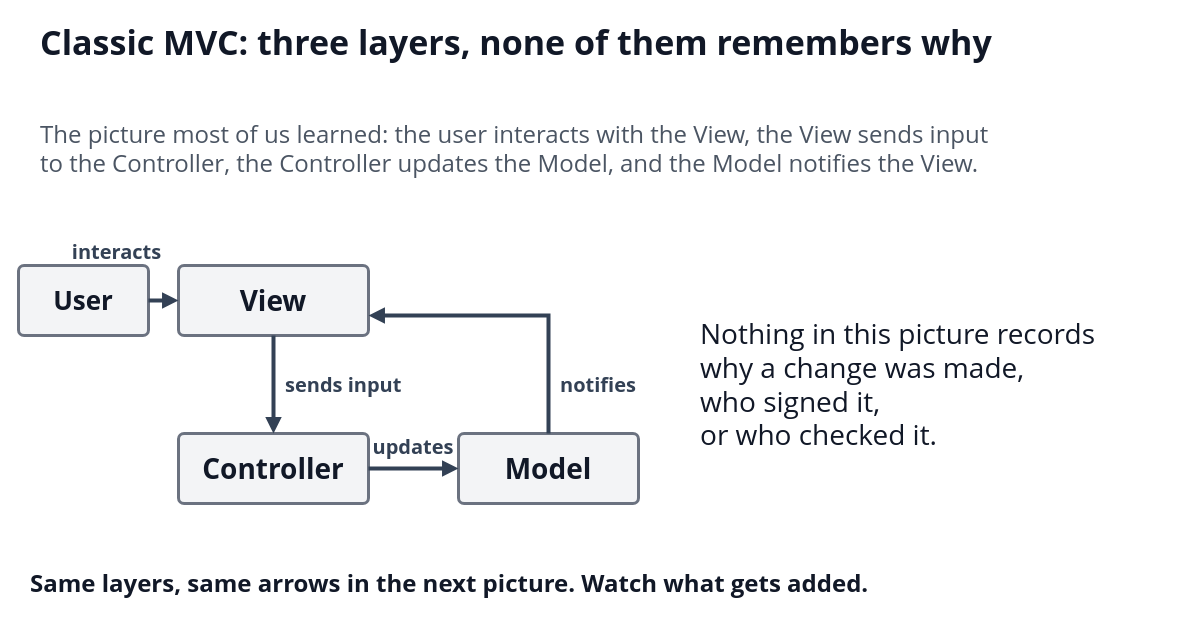
Above: diagrams/08a-mvc-classic.drawio in i-asimkhan/ledger-layer-pattern (draw.io), before the change. Source tidied: cells renumbered, new cells numbered last; positions are measured from the earlier drawing's top-left corner, leaving out a move shared by most shapes. Both pictures are drawn from the tidied source at 100%, with x=0, y=0 at pixel (18, 17).
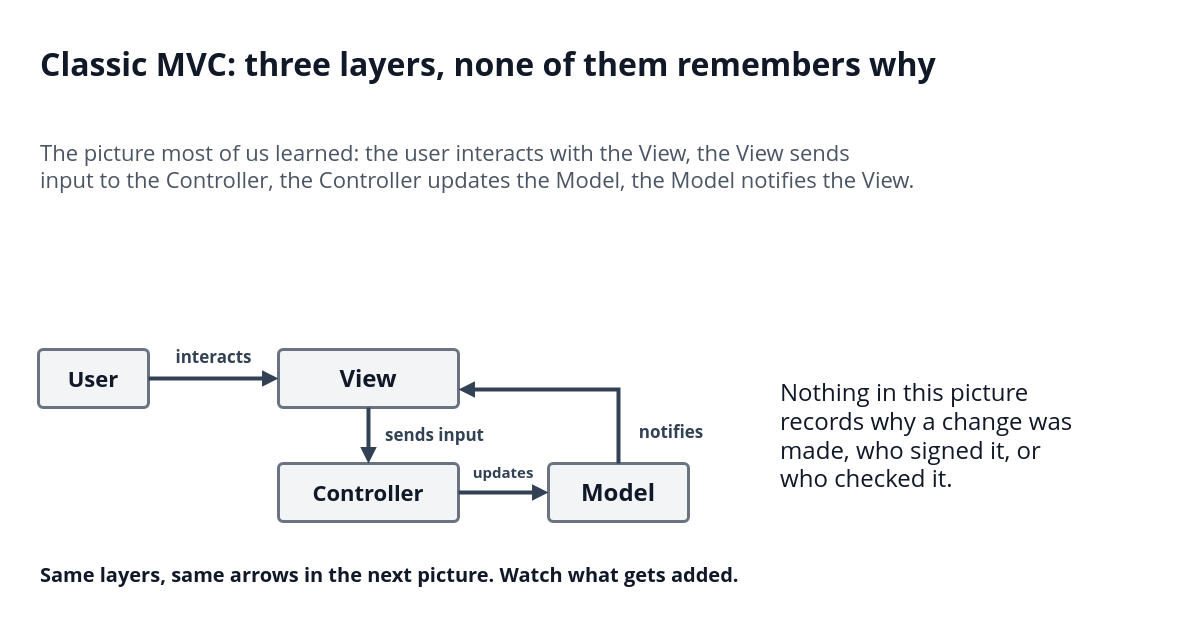
Above is the later version.

Diff of the diagram source:
```diff
@@
-    <mxCell id="2" value="Classic MVC: three layers, none of them remembers why" style="text;html=1;strokeColor=none;fillColor=none;whiteSpace=wrap;verticalAlign=middle;align=left;fontSize=34;fontColor=#111827;fontFamily=Segoe UI;fontStyle=1;" parent="1" vertex="1">
-      <mxGeometry x="20" width="1120" height="50" as="geometry" />
+    <mxCell id="2" value="Classic MVC: three layers, none of them remembers why" style="text;html=1;strokeColor=none;fillColor=none;whiteSpace=wrap;verticalAlign=middle;align=left;fontSize=32;fontColor=#111827;fontFamily=Segoe UI;fontStyle=1;" parent="1" vertex="1">
+      <mxGeometry x="20" y="26" width="1120" height="42" as="geometry" />
     </mxCell>
-    <mxCell id="3" value="The picture most of us learned: the user interacts with the View, the View sends input&lt;br&gt;to the Controller, the Controller updates the Model, and the Model notifies the View." style="text;html=1;strokeColor=none;fillColor=none;whiteSpace=wrap;verticalAlign=middle;align=left;fontSize=24;fontColor=#4B5563;fontFamily=Segoe UI;fontStyle=0;" parent="1" vertex="1">
-      <mxGeometry x="20" y="76" width="1120" height="110" as="geometry" />
+    <mxCell id="3" value="The picture most of us learned: the user interacts with the View, the View sends&lt;br&gt;input to the Controller, the Controller updates the Model, the Model notifies the View." style="text;html=1;strokeColor=none;fillColor=none;whiteSpace=wrap;verticalAlign=middle;align=left;fontSize=22;fontColor=#4B5563;fontFamily=Segoe UI;fontStyle=0;" parent="1" vertex="1">
+      <mxGeometry x="20" y="106" width="1120" height="84" as="geometry" />
     </mxCell>
-    <mxCell id="4" value="&lt;span style=&quot;font-size:26px&quot;&gt;&lt;b&gt;User&lt;/b&gt;&lt;/span&gt;" style="rounded=1;arcSize=8;whiteSpace=wrap;html=1;fillColor=#F3F4F6;strokeColor=#6B7280;fontColor=#111827;strokeWidth=3;align=center;verticalAlign=middle;fontSize=24;fontFamily=Segoe UI;" parent="1" vertex="1">
-      <mxGeometry y="248" width="130" height="70" as="geometry" />
+    <mxCell id="4" value="&lt;span style=&quot;font-size:22px&quot;&gt;&lt;b&gt;User&lt;/b&gt;&lt;/span&gt;" style="rounded=1;arcSize=8;whiteSpace=wrap;html=1;fillColor=#F3F4F6;strokeColor=#6B7280;fontColor=#111827;strokeWidth=3;align=center;verticalAlign=middle;fontSize=24;fontFamily=Segoe UI;spacing=14;" parent="1" vertex="1">
+      <mxGeometry x="20" y="332" width="110" height="58" as="geometry" />
     </mxCell>
-    <mxCell id="5" value="&lt;span style=&quot;font-size:28px&quot;&gt;&lt;b&gt;View&lt;/b&gt;&lt;/span&gt;" style="rounded=1;arcSize=8;whiteSpace=wrap;html=1;fillColor=#F3F4F6;strokeColor=#6B7280;fontColor=#111827;strokeWidth=3;align=center;verticalAlign=middle;fontSize=24;fontFamily=Segoe UI;" parent="1" vertex="1">
-      <mxGeometry x="160" y="248" width="190" height="70" as="geometry" />
+    <mxCell id="5" value="&lt;span style=&quot;font-size:24px&quot;&gt;&lt;b&gt;View&lt;/b&gt;&lt;/span&gt;" style="rounded=1;arcSize=8;whiteSpace=wrap;html=1;fillColor=#F3F4F6;strokeColor=#6B7280;fontColor=#111827;strokeWidth=3;align=center;verticalAlign=middle;fontSize=24;fontFamily=Segoe UI;spacing=14;" parent="1" vertex="1">
+      <mxGeometry x="260" y="332" width="180" height="58" as="geometry" />
     </mxCell>
-    <mxCell id="6" value="&lt;span style=&quot;font-size:28px&quot;&gt;&lt;b&gt;Controller&lt;/b&gt;&lt;/span&gt;" style="rounded=1;arcSize=8;whiteSpace=wrap;html=1;fillColor=#F3F4F6;strokeColor=#6B7280;fontColor=#111827;strokeWidth=3;align=center;verticalAlign=middle;fontSize=24;fontFamily=Segoe UI;" parent="1" vertex="1">
-      <mxGeometry x="160" y="416" width="190" height="70" as="geometry" />
+    <mxCell id="6" value="&lt;span style=&quot;font-size:22px&quot;&gt;&lt;b&gt;Controller&lt;/b&gt;&lt;/span&gt;" style="rounded=1;arcSize=8;whiteSpace=wrap;html=1;fillColor=#F3F4F6;strokeColor=#6B7280;fontColor=#111827;strokeWidth=3;align=center;verticalAlign=middle;fontSize=24;fontFamily=Segoe UI;spacing=14;" parent="1" vertex="1">
+      <mxGeometry x="260" y="446" width="180" height="58" as="geometry" />
     </mxCell>
-    <mxCell id="7" value="&lt;span style=&quot;font-size:28px&quot;&gt;&lt;b&gt;Model&lt;/b&gt;&lt;/span&gt;" style="rounded=1;arcSize=8;whiteSpace=wrap;html=1;fillColor=#F3F4F6;strokeColor=#6B7280;fontColor=#111827;strokeWidth=3;align=center;verticalAlign=middle;fontSize=24;fontFamily=Segoe UI;" parent="1" vertex="1">
-      <mxGeometry x="440" y="416" width="180" height="70" as="geometry" />
+    <mxCell id="7" value="&lt;span style=&quot;font-size:24px&quot;&gt;&lt;b&gt;Model&lt;/b&gt;&lt;/span&gt;" style="rounded=1;arcSize=8;whiteSpace=wrap;html=1;fillColor=#F3F4F6;strokeColor=#6B7280;fontColor=#111827;strokeWidth=3;align=center;verticalAlign=middle;fontSize=24;fontFamily=Segoe UI;spacing=14;" parent="1" vertex="1">
+      <mxGeometry x="530" y="446" width="140" height="58" as="geometry" />
     </mxCell>
     <mxCell id="8" style="endArrow=block;endFill=1;html=1;rounded=0;strokeColor=#334155;strokeWidth=4;" parent="1" edge="1">
       <mxGeometry relative="1" as="geometry">
-        <mxPoint x="130" y="283" as="sourcePoint" />
-        <mxPoint x="160" y="283" as="targetPoint" />
+        <mxPoint x="130" y="361" as="sourcePoint" />
+        <mxPoint x="260" y="361" as="targetPoint" />
       </mxGeometry>
     </mxCell>
-    <mxCell id="9" value="interacts" style="text;html=1;strokeColor=none;fillColor=none;whiteSpace=wrap;verticalAlign=middle;align=center;fontSize=20;fontColor=#334155;fontFamily=Segoe UI;fontStyle=1;" parent="1" vertex="1">
-      <mxGeometry x="43.5" y="220" width="109" height="28" as="geometry" />
+    <mxCell id="9" value="interacts" style="text;html=1;strokeColor=none;fillColor=none;whiteSpace=wrap;verticalAlign=middle;labelBackgroundColor=#FFFFFF;align=center;fontSize=17;fontColor=#334155;fontFamily=Segoe UI;fontStyle=1;" parent="1" vertex="1">
+      <mxGeometry x="149.5" y="327" width="91" height="26" as="geometry" />
     </mxCell>
     <mxCell id="10" style="endArrow=block;endFill=1;html=1;rounded=0;strokeColor=#334155;strokeWidth=4;" parent="1" edge="1">
       <mxGeometry relative="1" as="geometry">
-        <mxPoint x="255" y="318" as="sourcePoint" />
-        <mxPoint x="255" y="416" as="targetPoint" />
+        <mxPoint x="350" y="390" as="sourcePoint" />
+        <mxPoint x="350" y="446" as="targetPoint" />
       </mxGeometry>
     </mxCell>
-    <mxCell id="11" value="sends input" style="text;html=1;strokeColor=none;fillColor=none;whiteSpace=wrap;verticalAlign=middle;align=left;fontSize=20;fontColor=#334155;fontFamily=Segoe UI;fontStyle=1;" parent="1" vertex="1">
-      <mxGeometry x="265" y="353" width="130" height="28" as="geometry" />
+    <mxCell id="11" value="sends input" style="text;html=1;strokeColor=none;fillColor=none;whiteSpace=wrap;verticalAlign=middle;labelBackgroundColor=#FFFFFF;align=center;fontSize=17;fontColor=#334155;fontFamily=Segoe UI;fontStyle=1;" parent="1" vertex="1">
+      <mxGeometry x="362" y="405" width="109" height="26" as="geometry" />
     </mxCell>
     <mxCell id="12" style="endArrow=block;endFill=1;html=1;rounded=0;strokeColor=#334155;strokeWidth=4;" parent="1" edge="1">
       <mxGeometry relative="1" as="geometry">
-        <mxPoint x="350" y="451" as="sourcePoint" />
-        <mxPoint x="440" y="451" as="targetPoint" />
+        <mxPoint x="440" y="475" as="sourcePoint" />
+        <mxPoint x="530" y="475" as="targetPoint" />
       </mxGeometry>
     </mxCell>
-    <mxCell id="13" value="updates" style="text;html=1;strokeColor=none;fillColor=none;whiteSpace=wrap;verticalAlign=middle;align=center;fontSize=20;fontColor=#334155;fontFamily=Segoe UI;fontStyle=1;" parent="1" vertex="1">
-      <mxGeometry x="351" y="415" width="88" height="28" as="geometry" />
+    <mxCell id="13" value="updates" style="text;html=1;strokeColor=none;fillColor=none;whiteSpace=wrap;verticalAlign=middle;labelBackgroundColor=#FFFFFF;align=center;fontSize=15;fontColor=#334155;fontFamily=Segoe UI;fontStyle=1;" parent="1" vertex="1">
+      <mxGeometry x="452" y="441" width="66" height="26" as="geometry" />
     </mxCell>
     <mxCell id="14" style="endArrow=block;endFill=1;html=1;rounded=0;strokeColor=#334155;strokeWidth=4;" parent="1" edge="1">
       <mxGeometry relative="1" as="geometry">
-        <mxPoint x="530" y="416" as="sourcePoint" />
-        <mxPoint x="350" y="298" as="targetPoint" />
+        <mxPoint x="600" y="446" as="sourcePoint" />
+        <mxPoint x="440" y="372" as="targetPoint" />
         <Array as="points">
-          <mxPoint x="530" y="298" />
+          <mxPoint x="600" y="372" />
         </Array>
       </mxGeometry>
     </mxCell>
-    <mxCell id="15" value="notifies" style="text;html=1;strokeColor=none;fillColor=none;whiteSpace=wrap;verticalAlign=middle;align=left;fontSize=20;fontColor=#334155;fontFamily=Segoe UI;fontStyle=1;" parent="1" vertex="1">
-      <mxGeometry x="540" y="353" width="99" height="28" as="geometry" />
+    <mxCell id="15" value="notifies" style="text;html=1;strokeColor=none;fillColor=none;whiteSpace=wrap;verticalAlign=middle;labelBackgroundColor=#FFFFFF;align=center;fontSize=17;fontColor=#334155;fontFamily=Segoe UI;fontStyle=1;" parent="1" vertex="1">
+      <mxGeometry x="612" y="402" width="82" height="26" as="geometry" />
     </mxCell>
-    <mxCell id="16" value="Nothing in this picture records&lt;br&gt;why a change was made,&lt;br&gt;who signed it,&lt;br&gt;or who checked it." style="text;html=1;strokeColor=none;fillColor=none;whiteSpace=wrap;verticalAlign=middle;align=left;fontSize=28;fontColor=#111827;fontFamily=Segoe UI;fontStyle=0;" parent="1" vertex="1">
-      <mxGeometry x="680" y="248" width="470" height="238" as="geometry" />
+    <mxCell id="16" value="Nothing in this picture&lt;br&gt;records why a change was&lt;br&gt;made, who signed it, or&lt;br&gt;who checked it." style="text;html=1;strokeColor=none;fillColor=none;whiteSpace=wrap;verticalAlign=middle;align=left;fontSize=24;fontColor=#111827;fontFamily=Segoe UI;fontStyle=0;" parent="1" vertex="1">
+      <mxGeometry x="760" y="332" width="380" height="172" as="geometry" />
     </mxCell>
-    <mxCell id="17" value="Same layers, same arrows in the next picture. Watch what gets added." style="text;html=1;strokeColor=none;fillColor=none;whiteSpace=wrap;verticalAlign=middle;align=left;fontSize=24;fontColor=#111827;fontFamily=Segoe UI;fontStyle=1;" parent="1" vertex="1">
-      <mxGeometry x="10" y="546" width="1140" height="40" as="geometry" />
+    <mxCell id="17" value="Same layers, same arrows in the next picture. Watch what gets added." style="text;html=1;strokeColor=none;fillColor=none;whiteSpace=wrap;verticalAlign=middle;align=left;fontSize=20;fontColor=#111827;fontFamily=Segoe UI;fontStyle=1;" parent="1" vertex="1">
+      <mxGeometry x="20" y="542" width="1120" height="30" as="geometry" />
     </mxCell>
```
